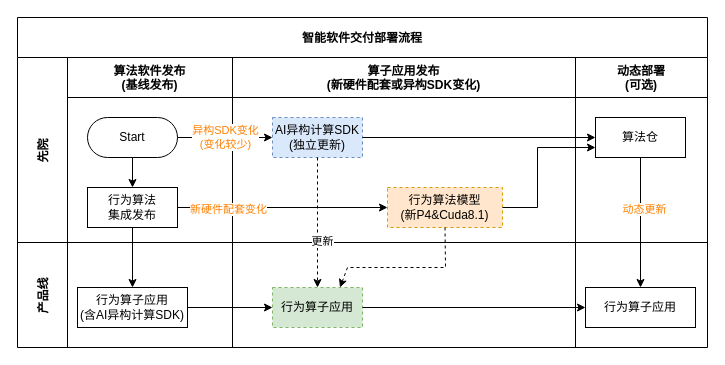
This is architech_2.drawio from snowolfhawk/ceph-scripts, a draw.io file, before an edit. Source tidied: cells renumbered, new cells numbered last; positions are measured from the earlier drawing's top-left corner, leaving out a move shared by most shapes. Both pictures are drawn from the tidied source at 100%, with x=0, y=0 at pixel (17, 17).
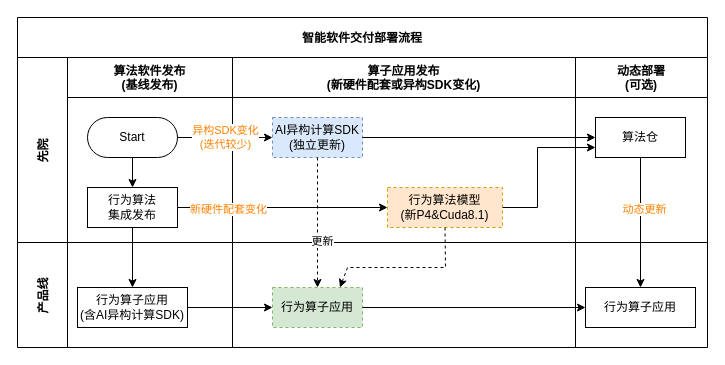
The same diagram, later.

The change refers to these unchanged cells:
```xml
<mxCell id="4" value="先院" style="shape=tableRow;horizontal=0;swimlaneHead=0;swimlaneBody=0;top=0;left=0;bottom=0;right=0;fillColor=none;startSize=50;fontStyle=1;" parent="2" vertex="1">
  <mxGeometry y="40" width="690" height="185" as="geometry" />
</mxCell>
<mxCell id="7" value="Start" style="rounded=1;whiteSpace=wrap;html=1;arcSize=50;" parent="5" vertex="1">
  <mxGeometry x="20" y="60" width="90" height="40" as="geometry" />
</mxCell>
<mxCell id="10" value="AI异构计算SDK&lt;br&gt;(独立更新)" style="rounded=0;whiteSpace=wrap;html=1;dashed=1;fillColor=#dae8fc;strokeColor=#6c8ebf;" parent="9" vertex="1">
  <mxGeometry x="40" y="60" width="90" height="40" as="geometry" />
</mxCell>
```

Diff of the diagram source:
```diff
@@
-    <mxCell id="14" value="&lt;font color=&quot;#ff8000&quot;&gt;异构SDK变化&lt;br&gt;(变化较少)&lt;br&gt;&lt;/font&gt;" style="edgeStyle=orthogonalEdgeStyle;rounded=0;jettySize=auto;html=1;exitX=1;exitY=0.5;exitDx=0;exitDy=0;" parent="4" edge="1" source="7" target="10">
+    <mxCell id="14" value="&lt;font color=&quot;#ff8000&quot;&gt;异构SDK变化&lt;br&gt;(迭代较少)&lt;br&gt;&lt;/font&gt;" style="edgeStyle=orthogonalEdgeStyle;rounded=0;jettySize=auto;html=1;exitX=1;exitY=0.5;exitDx=0;exitDy=0;" parent="4" edge="1" source="7" target="10">
       <mxGeometry relative="1" as="geometry">
         <Array as="points">
           <mxPoint x="210" y="80" />
           <mxPoint x="210" y="80" />
         </Array>
       </mxGeometry>
     </mxCell>
```
